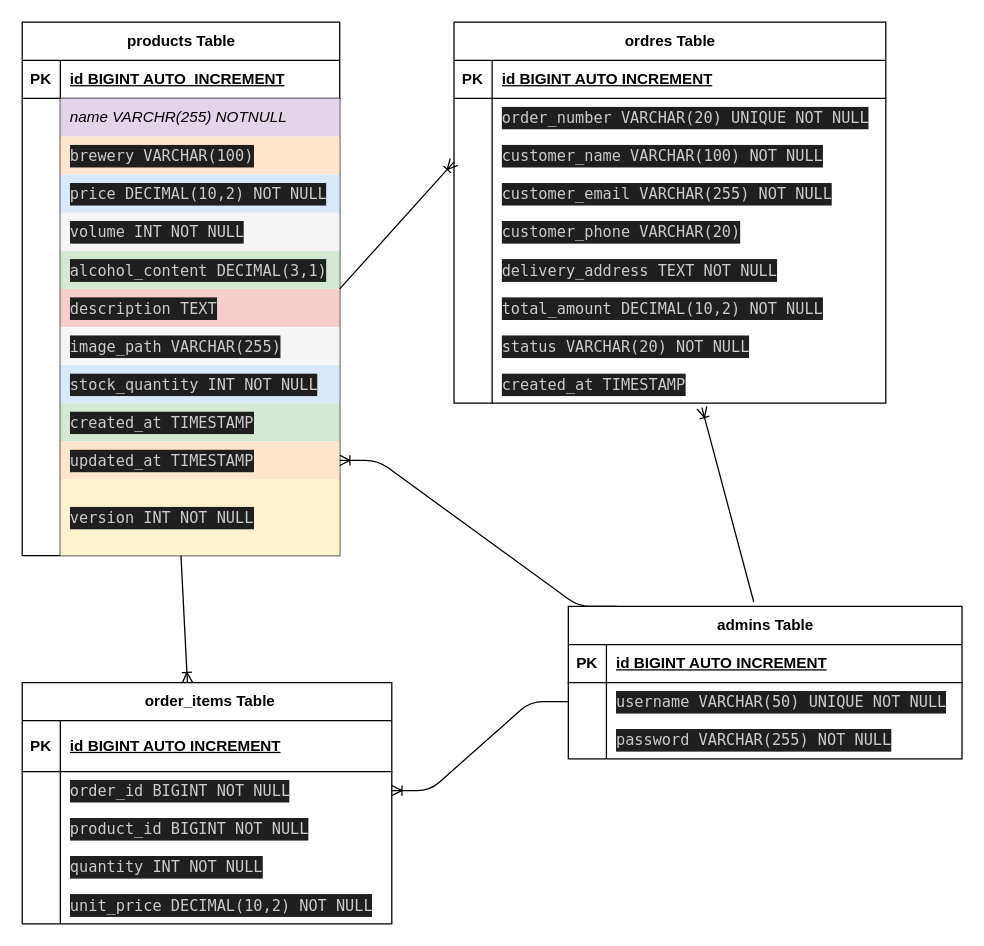
Above: backend/diagram/ER.drawio in nanasinogonbei-493561/ECsite-Java (draw.io), before the change. Source tidied: cells renumbered, new cells numbered last; positions are measured from the earlier drawing's top-left corner, leaving out a move shared by most shapes. Both pictures are drawn from the tidied source at 127%, with x=0, y=0 at pixel (22, 22).
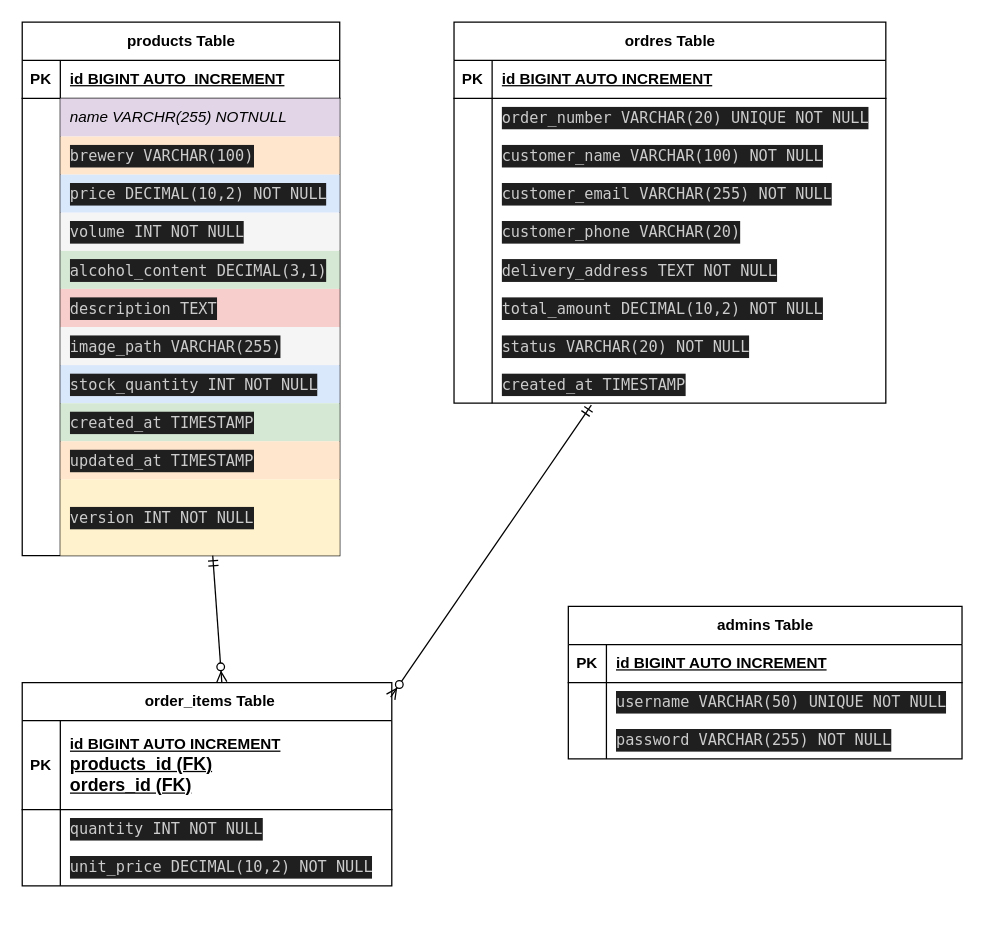
The same diagram, later.

Commit message (it also covers changes not shown here):
ER図の修正をしました。

The change refers to these unchanged cells:
```xml
<mxCell id="2" value="products Table" style="shape=table;startSize=30;childLayout=tableLayout;rowLines=0;fontStyle=1;align=center;html=1;" parent="1" vertex="1">
  <mxGeometry width="250" height="420" as="geometry" />
</mxCell>
<mxCell id="33" style="shape=tableRow;horizontal=0;startSize=0;swimlaneHead=0;swimlaneBody=0;fillColor=none;points=[[0,0.5],[1,0.5]];portConstraint=eastwest;top=0;left=0;right=0;bottom=0;" parent="2" vertex="1">
  <mxGeometry y="330" width="250" height="30" as="geometry" />
</mxCell>
<mxCell id="64" style="shape=tableRow;horizontal=0;startSize=0;swimlaneHead=0;swimlaneBody=0;fillColor=none;points=[[0,0.5],[1,0.5]];portConstraint=eastwest;top=0;left=0;right=0;bottom=0;" parent="39" vertex="1">
  <mxGeometry y="270" width="340" height="30" as="geometry" />
</mxCell>
<mxCell id="83" value="admins Table" style="shape=table;startSize=30;childLayout=tableLayout;rowLines=0;fontStyle=1;align=center;html=1;" parent="1" vertex="1">
  <mxGeometry x="430" y="460" width="310" height="120" as="geometry" />
</mxCell>
<mxCell id="87" style="shape=tableRow;horizontal=0;startSize=0;swimlaneHead=0;swimlaneBody=0;fillColor=none;points=[[0,0.5],[1,0.5]];portConstraint=eastwest;top=0;left=0;right=0;bottom=0;" parent="83" vertex="1">
  <mxGeometry y="60" width="310" height="30" as="geometry" />
</mxCell>
```

What changed in the source:
```diff
@@
     <mxCell id="67" value="&amp;nbsp;order_items Table" style="shape=table;startSize=30;childLayout=tableLayout;rowLines=0;fontStyle=1;align=center;html=1;" parent="1" vertex="1">
-      <mxGeometry y="520" width="291" height="190" as="geometry" />
+      <mxGeometry y="520" width="291" height="160" as="geometry" />
     </mxCell>
     <mxCell id="68" style="shape=tableRow;horizontal=0;startSize=0;swimlaneHead=0;swimlaneBody=0;fillColor=none;top=0;left=0;right=0;bottom=1;" parent="67" vertex="1">
-      <mxGeometry y="30" width="291" height="40" as="geometry" />
+      <mxGeometry y="30" width="291" height="70" as="geometry" />
     </mxCell>
     <mxCell id="69" value="PK" style="shape=partialRectangle;fillColor=none;top=0;left=0;bottom=0;right=0;fontStyle=1;overflow=hidden;whiteSpace=wrap;html=1;" parent="68" vertex="1">
-      <mxGeometry width="30" height="40" as="geometry" />
+      <mxGeometry width="30" height="70" as="geometry" />
     </mxCell>
-    <mxCell id="70" value="id BIGINT AUTO INCREMENT" style="shape=partialRectangle;fillColor=none;top=0;left=0;bottom=0;right=0;align=left;spacingLeft=6;fontStyle=5;overflow=hidden;whiteSpace=wrap;html=1;" parent="68" vertex="1">
-      <mxGeometry x="30" width="261" height="40" as="geometry" />
+    <mxCell id="70" value="id BIGINT AUTO INCREMENT&lt;div&gt;&lt;font style=&quot;font-size: 14px;&quot;&gt;products_id (FK)&lt;/font&gt;&lt;/div&gt;&lt;div&gt;&lt;font style=&quot;font-size: 14px;&quot;&gt;orders_id (FK)&lt;/font&gt;&lt;/div&gt;" style="shape=partialRectangle;fillColor=none;top=0;left=0;bottom=0;right=0;align=left;spacingLeft=6;fontStyle=5;overflow=hidden;whiteSpace=wrap;html=1;" parent="68" vertex="1">
+      <mxGeometry x="30" width="261" height="70" as="geometry" />
     </mxCell>
-    <mxCell id="71" style="shape=tableRow;horizontal=0;startSize=0;swimlaneHead=0;swimlaneBody=0;fillColor=none;points=[[0,0.5],[1,0.5]];portConstraint=eastwest;top=0;left=0;right=0;bottom=0;" parent="67" vertex="1">
-      <mxGeometry y="70" width="291" height="30" as="geometry" />
-    </mxCell>
-    <mxCell id="72" style="shape=partialRectangle;fillColor=none;top=0;left=0;bottom=0;right=0;overflow=hidden;whiteSpace=wrap;html=1;" parent="71" vertex="1">
-      <mxGeometry width="30" height="30" as="geometry" />
-    </mxCell>
-    <mxCell id="73" value="&lt;div style=&quot;color: rgb(204, 204, 204); background-color: rgb(31, 31, 31); font-family: Menlo, Monaco, &amp;quot;Courier New&amp;quot;, monospace; line-height: 18px; white-space: pre;&quot;&gt;&lt;span style=&quot;color: #cccccc;&quot;&gt;order_id BIGINT NOT NULL&lt;/span&gt;&lt;/div&gt;" style="shape=partialRectangle;fillColor=none;top=0;left=0;bottom=0;right=0;align=left;spacingLeft=6;overflow=hidden;whiteSpace=wrap;html=1;" parent="71" vertex="1">
-      <mxGeometry x="30" width="261" height="30" as="geometry" />
-    </mxCell>
-    <mxCell id="74" style="shape=tableRow;horizontal=0;startSize=0;swimlaneHead=0;swimlaneBody=0;fillColor=none;top=0;left=0;right=0;bottom=0;" parent="67" vertex="1">
-      <mxGeometry y="100" width="291" height="30" as="geometry" />
-    </mxCell>
-    <mxCell id="75" style="shape=partialRectangle;fillColor=none;top=0;left=0;bottom=0;right=0;overflow=hidden;whiteSpace=wrap;html=1;" parent="74" vertex="1">
-      <mxGeometry width="30" height="30" as="geometry" />
-    </mxCell>
-    <mxCell id="76" value="&lt;div style=&quot;color: rgb(204, 204, 204); background-color: rgb(31, 31, 31); font-family: Menlo, Monaco, &amp;quot;Courier New&amp;quot;, monospace; line-height: 18px; white-space: pre;&quot;&gt;&lt;span style=&quot;color: #cccccc;&quot;&gt;product_id BIGINT NOT NULL&lt;/span&gt;&lt;/div&gt;" style="shape=partialRectangle;fillColor=none;top=0;left=0;bottom=0;right=0;align=left;spacingLeft=6;overflow=hidden;whiteSpace=wrap;html=1;" parent="74" vertex="1">
-      <mxGeometry x="30" width="261" height="30" as="geometry" />
-    </mxCell>
     <mxCell id="77" style="shape=tableRow;horizontal=0;startSize=0;swimlaneHead=0;swimlaneBody=0;fillColor=none;top=0;left=0;right=0;bottom=0;" parent="67" vertex="1">
-      <mxGeometry y="130" width="291" height="30" as="geometry" />
+      <mxGeometry y="100" width="291" height="30" as="geometry" />
     </mxCell>
@@
     <mxCell id="80" style="shape=tableRow;horizontal=0;startSize=0;swimlaneHead=0;swimlaneBody=0;fillColor=none;top=0;left=0;right=0;bottom=0;" parent="67" vertex="1">
-      <mxGeometry y="160" width="291" height="30" as="geometry" />
+      <mxGeometry y="130" width="291" height="30" as="geometry" />
     </mxCell>
@@
-    <mxCell id="93" style="fontSize=12;html=1;endArrow=ERoneToMany;elbow=vertical;" parent="1" edge="1">
-      <mxGeometry relative="1" as="geometry">
-        <mxPoint x="250" y="210" as="sourcePoint" />
-        <mxPoint x="340" y="110" as="targetPoint" />
-      </mxGeometry>
-    </mxCell>
-    <mxCell id="94" style="fontSize=12;html=1;endArrow=ERoneToMany;exitX=0.5;exitY=1;exitDx=0;exitDy=0;entryX=0.447;entryY=0;entryDx=0;entryDy=0;entryPerimeter=0;" parent="1" edge="1" source="2" target="67">
-      <mxGeometry relative="1" as="geometry" />
-    </mxCell>
-    <mxCell id="95" style="edgeStyle=entityRelationEdgeStyle;fontSize=12;html=1;endArrow=ERoneToMany;exitX=0.123;exitY=0;exitDx=0;exitDy=0;exitPerimeter=0;entryX=1;entryY=0.5;entryDx=0;entryDy=0;" parent="1" edge="1" source="83" target="33">
-      <mxGeometry relative="1" as="geometry">
-        <Array as="points">
-          <mxPoint x="524" y="380" />
-          <mxPoint x="454" y="420" />
-          <mxPoint x="504" y="400" />
-        </Array>
-      </mxGeometry>
-    </mxCell>
-    <mxCell id="96" style="edgeStyle=entityRelationEdgeStyle;fontSize=12;html=1;endArrow=ERoneToMany;exitX=0;exitY=0.5;exitDx=0;exitDy=0;entryX=1;entryY=0.5;entryDx=0;entryDy=0;" parent="1" edge="1" source="87" target="71">
-      <mxGeometry relative="1" as="geometry" />
-    </mxCell>
-    <mxCell id="97" style="fontSize=12;html=1;endArrow=ERoneToMany;entryX=0.574;entryY=1.117;entryDx=0;entryDy=0;entryPerimeter=0;exitX=0.471;exitY=-0.029;exitDx=0;exitDy=0;exitPerimeter=0;" parent="1" edge="1" source="83" target="64">
-      <mxGeometry relative="1" as="geometry" />
+    <mxCell id="97" style="fontSize=12;html=1;endArrow=ERzeroToMany;startArrow=ERmandOne;entryX=0.54;entryY=-0.003;entryDx=0;entryDy=0;entryPerimeter=0;" parent="1" edge="1" target="67">
+      <mxGeometry relative="1" as="geometry">
+        <mxPoint x="150" y="420" as="sourcePoint" />
+      </mxGeometry>
     </mxCell>
+    <mxCell id="98" style="fontSize=12;html=1;endArrow=ERzeroToMany;startArrow=ERmandOne;entryX=0.997;entryY=0.071;entryDx=0;entryDy=0;entryPerimeter=0;exitX=0.318;exitY=1.05;exitDx=0;exitDy=0;exitPerimeter=0;" parent="1" edge="1" source="64" target="67">
+      <mxGeometry relative="1" as="geometry" />
+    </mxCell>
```
